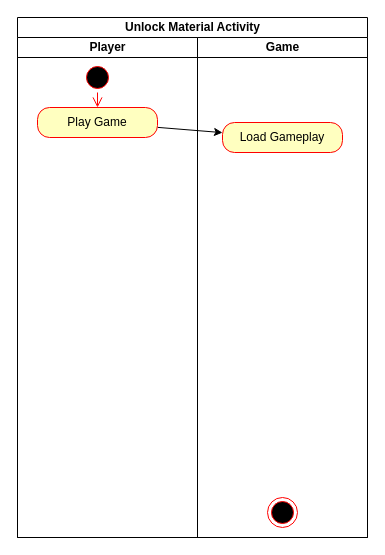
Above: page "Activity - Unlock Material" (12 of 16) of docs/Quest.drawio in rif746/AlgosQuest (draw.io), before the change. Source tidied: cells renumbered, new cells numbered last; positions are measured from the earlier drawing's top-left corner, leaving out a move shared by most shapes. Both pictures are drawn from the tidied source at 100%, with x=0, y=0 at pixel (17, 17).
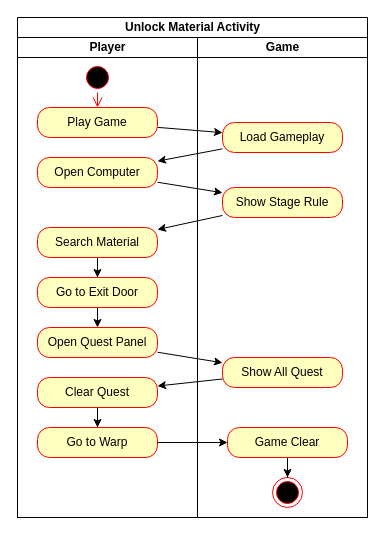
The same diagram, later.

The change refers to these unchanged cells:
```xml
<mxCell id="9" value="Load Gameplay" style="rounded=1;whiteSpace=wrap;html=1;arcSize=40;fontColor=#000000;fillColor=#ffffc0;strokeColor=#ff0000;" parent="8" vertex="1">
  <mxGeometry x="25" y="85" width="120" height="30" as="geometry" />
</mxCell>
```

Diff of the diagram source:
```diff
@@
     <mxCell id="2" value="Unlock Material Activity" style="swimlane;startSize=20;html=1;" parent="1" vertex="1">
-      <mxGeometry width="350" height="520" as="geometry" />
+      <mxGeometry width="350" height="500" as="geometry" />
     </mxCell>
@@
     <mxCell id="4" value="Player" style="swimlane;startSize=20;html=1;" parent="2" vertex="1">
-      <mxGeometry y="20" width="180" height="500" as="geometry" />
+      <mxGeometry y="20" width="180" height="480" as="geometry" />
     </mxCell>
@@
+    <mxCell id="11" value="Open Computer" style="rounded=1;whiteSpace=wrap;html=1;arcSize=40;fontColor=#000000;fillColor=#ffffc0;strokeColor=#ff0000;" parent="4" vertex="1">
+      <mxGeometry x="20" y="120" width="120" height="30" as="geometry" />
+    </mxCell>
+    <mxCell id="12" style="edgeStyle=orthogonalEdgeStyle;rounded=0;jettySize=auto;html=1;" parent="4" edge="1" source="14" target="15">
+      <mxGeometry relative="1" as="geometry" />
+    </mxCell>
+    <mxCell id="13" style="edgeStyle=orthogonalEdgeStyle;rounded=0;jettySize=auto;html=1;" parent="4" edge="1" source="14" target="16">
+      <mxGeometry relative="1" as="geometry" />
+    </mxCell>
+    <mxCell id="14" value="Search Material" style="rounded=1;whiteSpace=wrap;html=1;arcSize=40;fontColor=#000000;fillColor=#ffffc0;strokeColor=#ff0000;" parent="4" vertex="1">
+      <mxGeometry x="20" y="190" width="120" height="30" as="geometry" />
+    </mxCell>
+    <mxCell id="15" value="Go to Exit Door" style="rounded=1;whiteSpace=wrap;html=1;arcSize=40;fontColor=#000000;fillColor=#ffffc0;strokeColor=#ff0000;" parent="4" vertex="1">
+      <mxGeometry x="20" y="240" width="120" height="30" as="geometry" />
+    </mxCell>
+    <mxCell id="16" value="Open Quest Panel" style="rounded=1;whiteSpace=wrap;html=1;arcSize=40;fontColor=#000000;fillColor=#ffffc0;strokeColor=#ff0000;" parent="4" vertex="1">
+      <mxGeometry x="20" y="290" width="120" height="30" as="geometry" />
+    </mxCell>
+    <mxCell id="17" style="edgeStyle=orthogonalEdgeStyle;rounded=0;jettySize=auto;html=1;" parent="4" edge="1" source="18" target="19">
+      <mxGeometry relative="1" as="geometry" />
+    </mxCell>
+    <mxCell id="18" value="Clear Quest" style="rounded=1;whiteSpace=wrap;html=1;arcSize=40;fontColor=#000000;fillColor=#ffffc0;strokeColor=#ff0000;" parent="4" vertex="1">
+      <mxGeometry x="20" y="340" width="120" height="30" as="geometry" />
+    </mxCell>
+    <mxCell id="19" value="Go to Warp" style="rounded=1;whiteSpace=wrap;html=1;arcSize=40;fontColor=#000000;fillColor=#ffffc0;strokeColor=#ff0000;" parent="4" vertex="1">
+      <mxGeometry x="20" y="390" width="120" height="30" as="geometry" />
+    </mxCell>
     <mxCell id="8" value="Game" style="swimlane;startSize=20;html=1;" parent="2" vertex="1">
-      <mxGeometry x="180" y="20" width="170" height="500" as="geometry" />
+      <mxGeometry x="180" y="20" width="170" height="480" as="geometry" />
     </mxCell>
@@
+    <mxCell id="20" value="Show Stage Rule" style="rounded=1;whiteSpace=wrap;html=1;arcSize=40;fontColor=#000000;fillColor=#ffffc0;strokeColor=#ff0000;" parent="8" vertex="1">
+      <mxGeometry x="25" y="150" width="120" height="30" as="geometry" />
+    </mxCell>
+    <mxCell id="21" value="Show All Quest" style="rounded=1;whiteSpace=wrap;html=1;arcSize=40;fontColor=#000000;fillColor=#ffffc0;strokeColor=#ff0000;" parent="8" vertex="1">
+      <mxGeometry x="25" y="320" width="120" height="30" as="geometry" />
+    </mxCell>
     <mxCell id="10" style="ellipse;html=1;shape=endState;fillColor=#000000;strokeColor=#ff0000;" parent="8" vertex="1">
-      <mxGeometry x="70" y="460" width="30" height="30" as="geometry" />
+      <mxGeometry x="75" y="440" width="30" height="30" as="geometry" />
     </mxCell>
+    <mxCell id="22" style="edgeStyle=orthogonalEdgeStyle;rounded=0;jettySize=auto;html=1;" parent="8" edge="1" source="23" target="10">
+      <mxGeometry relative="1" as="geometry" />
+    </mxCell>
+    <mxCell id="23" value="Game Clear" style="rounded=1;whiteSpace=wrap;html=1;arcSize=40;fontColor=#000000;fillColor=#ffffc0;strokeColor=#ff0000;" parent="8" vertex="1">
+      <mxGeometry x="30" y="390" width="120" height="30" as="geometry" />
+    </mxCell>
+    <mxCell id="24" style="rounded=0;jettySize=auto;html=1;" parent="2" edge="1" source="9" target="11">
+      <mxGeometry relative="1" as="geometry" />
+    </mxCell>
+    <mxCell id="25" style="rounded=0;jettySize=auto;html=1;" parent="2" edge="1" source="11" target="20">
+      <mxGeometry relative="1" as="geometry" />
+    </mxCell>
+    <mxCell id="26" style="rounded=0;jettySize=auto;html=1;" parent="2" edge="1" source="20" target="14">
+      <mxGeometry relative="1" as="geometry" />
+    </mxCell>
+    <mxCell id="27" style="rounded=0;jettySize=auto;html=1;" parent="2" edge="1" source="16" target="21">
+      <mxGeometry relative="1" as="geometry" />
+    </mxCell>
+    <mxCell id="28" style="rounded=0;jettySize=auto;html=1;" parent="2" edge="1" source="21" target="18">
+      <mxGeometry relative="1" as="geometry" />
+    </mxCell>
+    <mxCell id="29" style="edgeStyle=orthogonalEdgeStyle;rounded=0;jettySize=auto;html=1;" parent="2" edge="1" source="19" target="23">
+      <mxGeometry relative="1" as="geometry" />
+    </mxCell>
```
